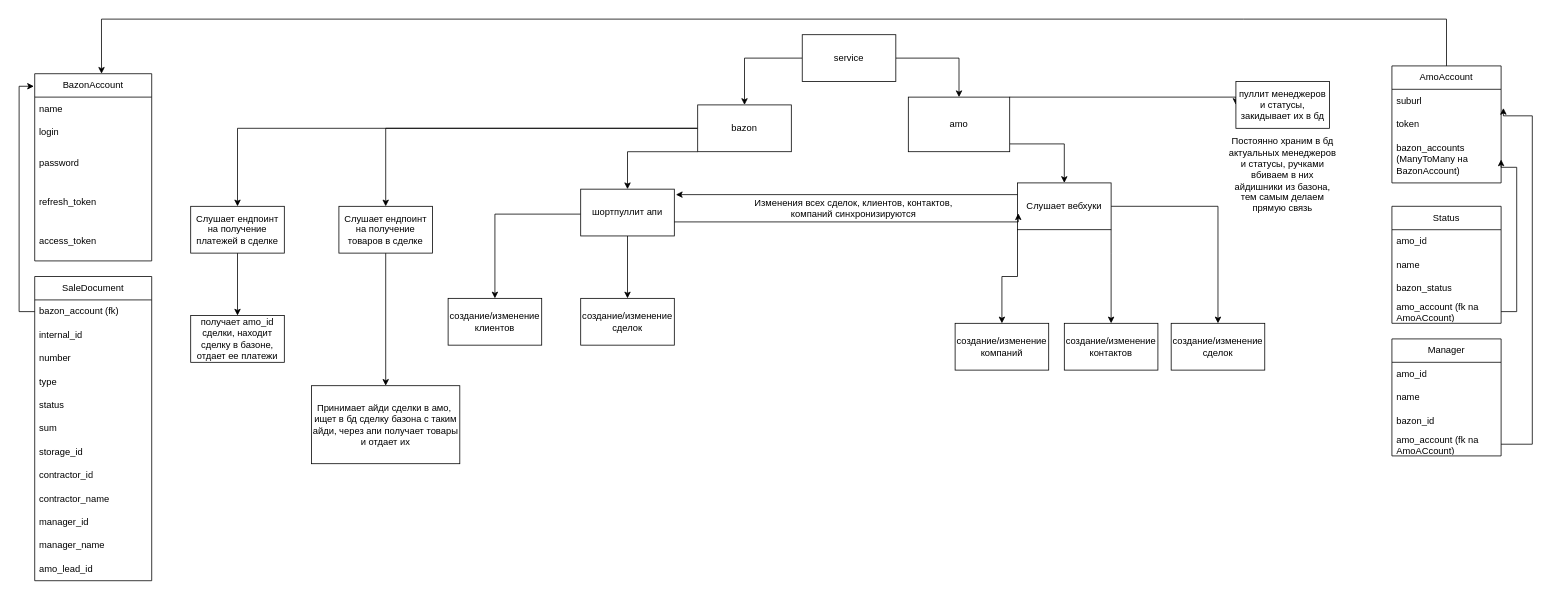
The draw.io diagram amo-bazon.drawio in cheboxarov/amo_bazon, before the edit. Source tidied: cells renumbered, new cells numbered last; positions are measured from the earlier drawing's top-left corner, leaving out a move shared by most shapes. Both pictures are drawn from the tidied source at 78%, with x=0, y=0 at pixel (34, 19).
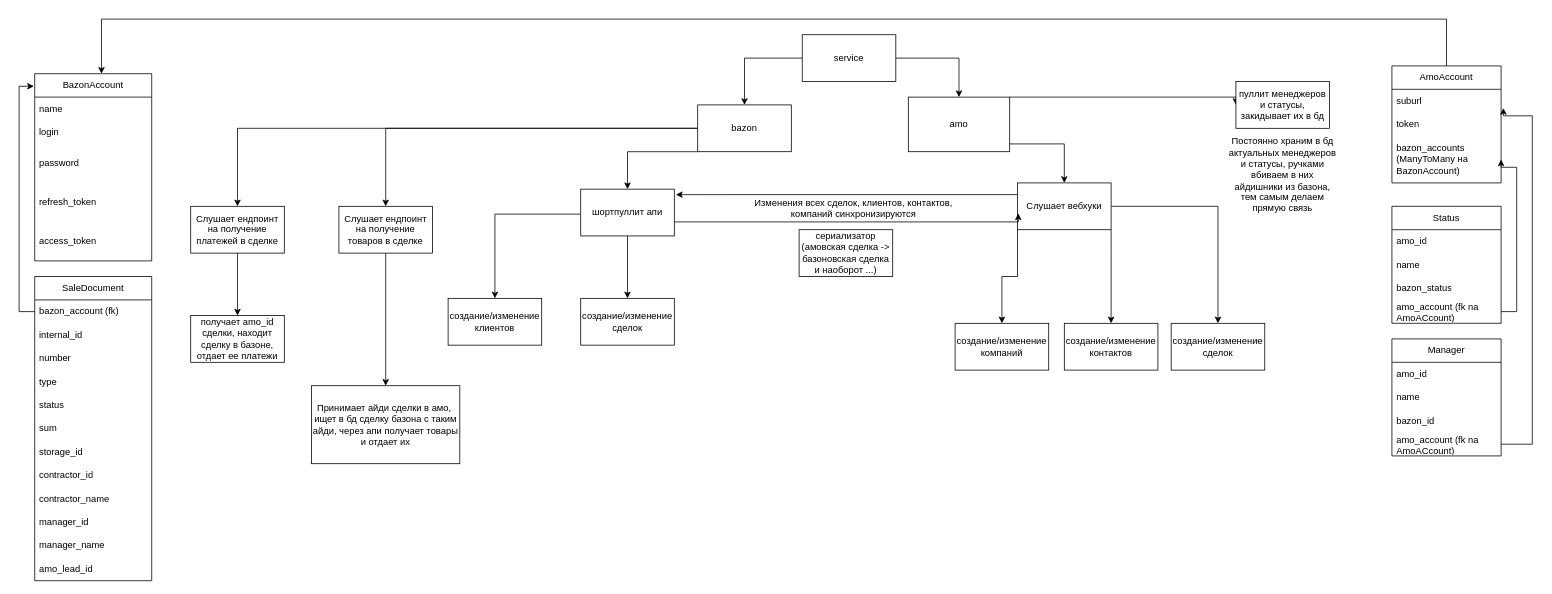
The same page after the edit.

Change to the diagram source:
```diff
@@
+    <mxCell id="72" value="&lt;div&gt;сериализатор (амовская сделка -&amp;gt; базоновская сделка и наоборот ...)&lt;/div&gt;" style="rounded=0;whiteSpace=wrap;html=1;" parent="1" vertex="1">
+      <mxGeometry x="980" y="270" width="120" height="60" as="geometry" />
+    </mxCell>
```
